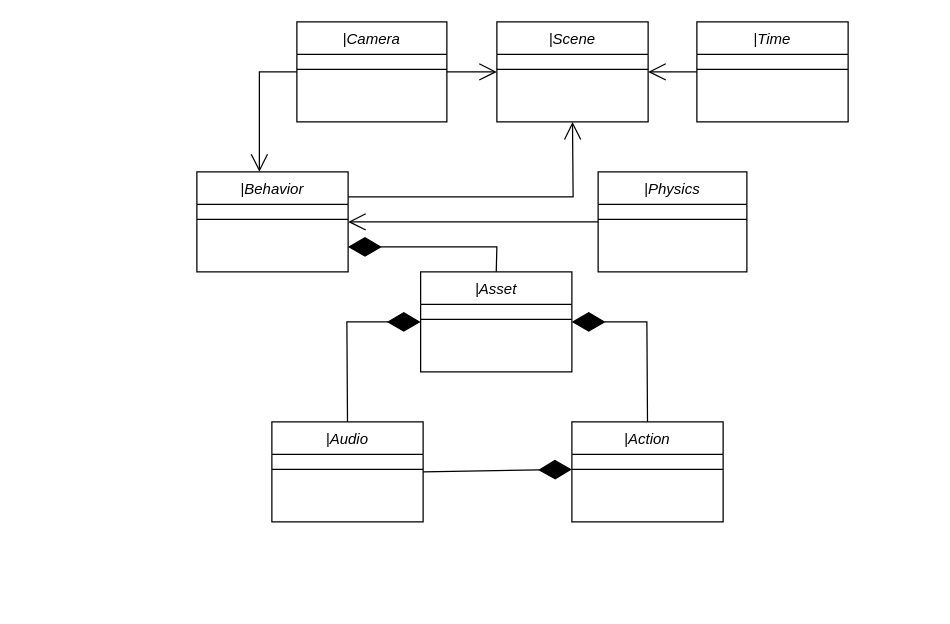
Earlier version of the draw.io diagram main.drawio (sai11101989/vrsemantics). Source tidied: cells renumbered, new cells numbered last; positions are measured from the earlier drawing's top-left corner, leaving out a move shared by most shapes. Both pictures are drawn from the tidied source at 125%, with x=0, y=0 at pixel (196, 21).
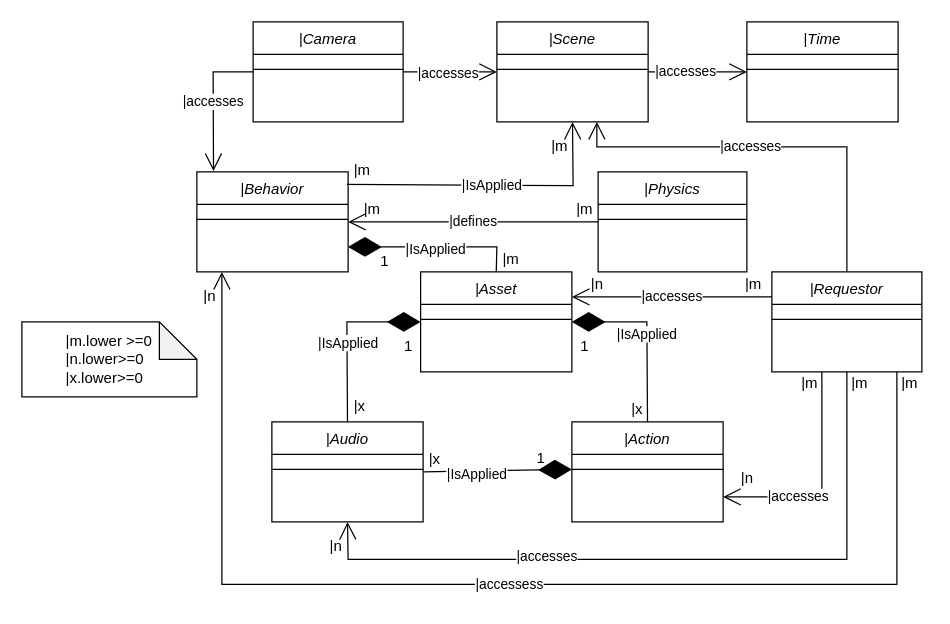
Above is the later version.

Unchanged cells that the change refers to:
```xml
<mxCell id="2" value="|Asset" style="swimlane;fontStyle=2;align=center;verticalAlign=top;horizontal=1;startSize=26;rounded=0;shadow=0;strokeWidth=1;" parent="1" vertex="1">
  <mxGeometry x="179" y="200" width="121" height="80" as="geometry" />
</mxCell>
<mxCell id="4" value="|Action" style="swimlane;fontStyle=2;align=center;verticalAlign=top;horizontal=1;startSize=26;rounded=0;shadow=0;strokeWidth=1;" parent="1" vertex="1">
  <mxGeometry x="300" y="320" width="121" height="80" as="geometry" />
</mxCell>
<mxCell id="6" value="|Audio" style="swimlane;fontStyle=2;align=center;verticalAlign=top;horizontal=1;startSize=26;rounded=0;shadow=0;strokeWidth=1;" parent="1" vertex="1">
  <mxGeometry x="60" y="320" width="121" height="80" as="geometry" />
</mxCell>
<mxCell id="8" value="|Scene" style="swimlane;fontStyle=2;align=center;verticalAlign=top;horizontal=1;startSize=26;rounded=0;shadow=0;strokeWidth=1;" parent="1" vertex="1">
  <mxGeometry x="240" width="121" height="80" as="geometry" />
</mxCell>
<mxCell id="12" value="|Behavior" style="swimlane;fontStyle=2;align=center;verticalAlign=top;horizontal=1;startSize=26;rounded=0;shadow=0;strokeWidth=1;" parent="1" vertex="1">
  <mxGeometry y="120" width="121" height="80" as="geometry" />
</mxCell>
<mxCell id="14" value="|Physics" style="swimlane;fontStyle=2;align=center;verticalAlign=top;horizontal=1;startSize=26;rounded=0;shadow=0;strokeWidth=1;" parent="1" vertex="1">
  <mxGeometry x="321" y="120" width="119" height="80" as="geometry" />
</mxCell>
<mxCell id="18" style="endArrow=diamondThin;endFill=1;endSize=24;html=1;rounded=0;exitX=0.5;exitY=0;exitDx=0;exitDy=0;entryX=0;entryY=0.5;entryDx=0;entryDy=0;" parent="1" edge="1" source="6" target="2">
  <mxGeometry relative="1" as="geometry">
    <Array as="points">
      <mxPoint x="120" y="240" />
    </Array>
  </mxGeometry>
</mxCell>
<mxCell id="19" style="endArrow=diamondThin;endFill=1;endSize=24;html=1;rounded=0;exitX=1;exitY=0.5;exitDx=0;exitDy=0;" parent="1" edge="1" source="6">
  <mxGeometry relative="1" as="geometry">
    <mxPoint x="300" y="358" as="targetPoint" />
  </mxGeometry>
</mxCell>
<mxCell id="22" style="endArrow=diamondThin;endFill=1;endSize=24;html=1;rounded=0;exitX=0.5;exitY=0;exitDx=0;exitDy=0;entryX=1;entryY=0.75;entryDx=0;entryDy=0;" parent="1" edge="1" source="2" target="12">
  <mxGeometry relative="1" as="geometry">
    <Array as="points">
      <mxPoint x="240" y="180" />
    </Array>
  </mxGeometry>
</mxCell>
<mxCell id="25" style="endArrow=open;endFill=1;endSize=12;html=1;rounded=0;exitX=1;exitY=0.5;exitDx=0;exitDy=0;entryX=0;entryY=0.5;entryDx=0;entryDy=0;" parent="1" edge="1" source="16" target="8">
  <mxGeometry relative="1" as="geometry" />
</mxCell>
```

The edit, as a diff of the source:
```diff
@@
     <mxCell id="10" value="|Time" style="swimlane;fontStyle=2;align=center;verticalAlign=top;horizontal=1;startSize=26;rounded=0;shadow=0;strokeWidth=1;" parent="1" vertex="1">
-      <mxGeometry x="400" width="121" height="80" as="geometry" />
+      <mxGeometry x="440" width="121" height="80" as="geometry" />
     </mxCell>
@@
     <mxCell id="16" value="|Camera" style="swimlane;fontStyle=2;align=center;verticalAlign=top;horizontal=1;startSize=26;rounded=0;shadow=0;strokeWidth=1;" parent="1" vertex="1">
-      <mxGeometry x="80" width="120" height="80" as="geometry" />
+      <mxGeometry x="45" width="120" height="80" as="geometry" />
     </mxCell>
@@
+    <mxCell id="27" value="|IsApplied" style="edgeLabel;html=1;align=center;verticalAlign=middle;" parent="18" vertex="1">
+      <mxGeometry x="-0.08" relative="1" as="geometry" />
+    </mxCell>
@@
+    <mxCell id="28" value="|IsApplied" style="edgeLabel;html=1;align=center;verticalAlign=middle;" parent="19" vertex="1">
+      <mxGeometry x="-0.3" y="-2" relative="1" as="geometry" />
+    </mxCell>
-    <mxCell id="20" style="endArrow=diamondThin;endFill=1;endSize=24;html=1;rounded=0;exitX=0.5;exitY=0;exitDx=0;exitDy=0;entryX=1;entryY=0.5;entryDx=0;entryDy=0;" parent="1" edge="1" source="4" target="2">
+    <mxCell id="20" value="|IsApplied" style="endArrow=diamondThin;endFill=1;endSize=24;html=1;rounded=0;exitX=0.5;exitY=0;exitDx=0;exitDy=0;entryX=1;entryY=0.5;entryDx=0;entryDy=0;" parent="1" edge="1" source="4" target="2">
       <mxGeometry relative="1" as="geometry">
         <Array as="points">
           <mxPoint x="360" y="240" />
         </Array>
       </mxGeometry>
     </mxCell>
-    <mxCell id="21" style="endArrow=open;endFill=1;endSize=12;html=1;rounded=0;exitX=0;exitY=0.5;exitDx=0;exitDy=0;entryX=1;entryY=0.5;entryDx=0;entryDy=0;" parent="1" edge="1" source="14" target="12">
-      <mxGeometry relative="1" as="geometry" />
-    </mxCell>
@@
+    <mxCell id="29" value="|IsApplied" style="edgeLabel;html=1;align=center;verticalAlign=middle;" parent="22" vertex="1">
+      <mxGeometry y="1" relative="1" as="geometry" />
+    </mxCell>
-    <mxCell id="23" style="endArrow=open;endFill=1;endSize=12;html=1;rounded=0;exitX=0;exitY=0.5;exitDx=0;exitDy=0;" parent="1" edge="1" source="16">
+    <mxCell id="23" value="|accesses" style="endArrow=open;endFill=1;endSize=12;html=1;rounded=0;exitX=0;exitY=0.5;exitDx=0;exitDy=0;entryX=0.11;entryY=-0.008;entryDx=0;entryDy=0;entryPerimeter=0;" parent="1" edge="1" source="16" target="12">
       <mxGeometry relative="1" as="geometry">
-        <mxPoint x="50" y="120" as="targetPoint" />
         <Array as="points">
-          <mxPoint x="50" y="40" />
+          <mxPoint x="13" y="40" />
         </Array>
       </mxGeometry>
     </mxCell>
-    <mxCell id="24" style="endArrow=open;endFill=1;endSize=12;html=1;rounded=0;exitX=1;exitY=0.25;exitDx=0;exitDy=0;entryX=0.5;entryY=1;entryDx=0;entryDy=0;" parent="1" edge="1" source="12" target="8">
+    <mxCell id="24" value="|IsApplied" style="endArrow=open;endFill=1;endSize=12;html=1;rounded=0;entryX=0.5;entryY=1;entryDx=0;entryDy=0;" parent="1" edge="1" target="8">
       <mxGeometry relative="1" as="geometry">
+        <mxPoint x="120" y="130" as="sourcePoint" />
         <Array as="points">
-          <mxPoint x="301" y="140" />
+          <mxPoint x="301" y="131" />
         </Array>
       </mxGeometry>
     </mxCell>
@@
-    <mxCell id="26" style="endArrow=open;endFill=1;endSize=12;html=1;rounded=0;exitX=0;exitY=0.5;exitDx=0;exitDy=0;entryX=1;entryY=0.5;entryDx=0;entryDy=0;" parent="1" edge="1" source="10" target="8">
-      <mxGeometry relative="1" as="geometry" />
-    </mxCell>
+    <mxCell id="30" value="|accesses" style="edgeLabel;html=1;align=center;verticalAlign=middle;" parent="25" vertex="1">
+      <mxGeometry x="-0.4" relative="1" as="geometry">
+        <mxPoint x="12" as="offset" />
+      </mxGeometry>
+    </mxCell>
+    <mxCell id="31" value="|Requestor" style="swimlane;fontStyle=2;align=center;verticalAlign=top;horizontal=1;startSize=26;rounded=0;shadow=0;strokeWidth=1;" parent="1" vertex="1">
+      <mxGeometry x="460" y="200" width="120" height="80" as="geometry" />
+    </mxCell>
+    <mxCell id="32" style="line;html=1;strokeWidth=1;align=left;verticalAlign=middle;spacingTop=-1;spacingLeft=3;spacingRight=3;labelPosition=right;" parent="31" vertex="1">
+      <mxGeometry y="26" width="120" height="24" as="geometry" />
+    </mxCell>
+    <mxCell id="33" style="endArrow=open;endFill=1;endSize=12;html=1;rounded=0;exitX=0.5;exitY=0;exitDx=0;exitDy=0;" parent="1" edge="1" source="31">
+      <mxGeometry relative="1" as="geometry">
+        <mxPoint x="320" y="80" as="targetPoint" />
+        <Array as="points">
+          <mxPoint x="520" y="100" />
+          <mxPoint x="320" y="100" />
+        </Array>
+      </mxGeometry>
+    </mxCell>
+    <mxCell id="34" value="|accesses" style="edgeLabel;html=1;align=center;verticalAlign=middle;" parent="33" vertex="1">
+      <mxGeometry x="0.11" y="-1" relative="1" as="geometry" />
+    </mxCell>
+    <mxCell id="35" value="|accesses" style="endArrow=open;endFill=1;endSize=12;html=1;rounded=0;exitX=0;exitY=0.25;exitDx=0;exitDy=0;entryX=1;entryY=0.25;entryDx=0;entryDy=0;" parent="1" edge="1" source="31" target="2">
+      <mxGeometry relative="1" as="geometry" />
+    </mxCell>
+    <mxCell id="36" style="endArrow=open;endFill=1;endSize=12;html=1;rounded=0;entryX=1;entryY=0.75;entryDx=0;entryDy=0;" parent="1" edge="1" target="4">
+      <mxGeometry relative="1" as="geometry">
+        <mxPoint x="500" y="280" as="sourcePoint" />
+        <Array as="points">
+          <mxPoint x="500" y="380" />
+        </Array>
+      </mxGeometry>
+    </mxCell>
+    <mxCell id="37" value="|accesses" style="edgeLabel;html=1;align=center;verticalAlign=middle;" parent="36" vertex="1">
+      <mxGeometry x="0.34" y="-1" relative="1" as="geometry" />
+    </mxCell>
+    <mxCell id="38" style="endArrow=open;endFill=1;endSize=12;html=1;rounded=0;exitX=0.5;exitY=1;exitDx=0;exitDy=0;entryX=0.5;entryY=1;entryDx=0;entryDy=0;" parent="1" edge="1" source="31" target="6">
+      <mxGeometry relative="1" as="geometry">
+        <Array as="points">
+          <mxPoint x="520" y="430" />
+          <mxPoint x="121" y="430" />
+        </Array>
+      </mxGeometry>
+    </mxCell>
+    <mxCell id="39" value="|accesses" style="edgeLabel;html=1;align=center;verticalAlign=middle;" parent="38" vertex="1">
+      <mxGeometry x="0.35" y="-3" relative="1" as="geometry" />
+    </mxCell>
+    <mxCell id="40" value="|accessess" style="endArrow=open;endFill=1;endSize=12;html=1;rounded=0;" parent="1" edge="1">
+      <mxGeometry relative="1" as="geometry">
+        <mxPoint x="560" y="280" as="sourcePoint" />
+        <mxPoint x="20" y="200" as="targetPoint" />
+        <Array as="points">
+          <mxPoint x="560" y="450" />
+          <mxPoint x="20" y="450" />
+        </Array>
+      </mxGeometry>
+    </mxCell>
+    <mxCell id="41" value="|x" style="text;html=1;align=center;verticalAlign=middle;strokeColor=none;fillColor=none;" parent="1" vertex="1">
+      <mxGeometry x="342" y="300" width="20" height="20" as="geometry" />
+    </mxCell>
+    <mxCell id="42" value="1" style="text;html=1;align=center;verticalAlign=middle;strokeColor=none;fillColor=none;" parent="1" vertex="1">
+      <mxGeometry x="300" y="250" width="20" height="20" as="geometry" />
+    </mxCell>
+    <mxCell id="43" value="|x" style="text;html=1;align=center;verticalAlign=middle;strokeColor=none;fillColor=none;" parent="1" vertex="1">
+      <mxGeometry x="180" y="340" width="20" height="20" as="geometry" />
+    </mxCell>
+    <mxCell id="44" value="1" style="text;html=1;align=center;verticalAlign=middle;strokeColor=none;fillColor=none;" parent="1" vertex="1">
+      <mxGeometry x="265" y="339" width="20" height="20" as="geometry" />
+    </mxCell>
+    <mxCell id="45" value="|x" style="text;html=1;align=center;verticalAlign=middle;strokeColor=none;fillColor=none;" parent="1" vertex="1">
+      <mxGeometry x="120" y="298" width="20" height="20" as="geometry" />
+    </mxCell>
+    <mxCell id="46" value="1" style="text;html=1;align=center;verticalAlign=middle;strokeColor=none;fillColor=none;" parent="1" vertex="1">
+      <mxGeometry x="159" y="250" width="20" height="20" as="geometry" />
+    </mxCell>
+    <mxCell id="47" value="|m" style="text;html=1;align=center;verticalAlign=middle;strokeColor=none;fillColor=none;" parent="1" vertex="1">
+      <mxGeometry x="236" y="180" width="30" height="20" as="geometry" />
+    </mxCell>
+    <mxCell id="48" value="1" style="text;html=1;align=center;verticalAlign=middle;strokeColor=none;fillColor=none;" parent="1" vertex="1">
+      <mxGeometry x="140" y="182" width="20" height="20" as="geometry" />
+    </mxCell>
+    <mxCell id="49" value="|m" style="text;html=1;align=center;verticalAlign=middle;strokeColor=none;fillColor=none;" parent="1" vertex="1">
+      <mxGeometry x="275" y="90" width="30" height="20" as="geometry" />
+    </mxCell>
+    <mxCell id="50" value="&lt;div style=&quot;text-align: left&quot;&gt;&lt;span&gt;|m.lower &amp;gt;=0&lt;/span&gt;&lt;/div&gt;&lt;div style=&quot;text-align: left&quot;&gt;&lt;span&gt;|n.lower&amp;gt;=0&lt;/span&gt;&lt;/div&gt;&lt;div style=&quot;text-align: left&quot;&gt;&lt;span&gt;|x.lower&amp;gt;=0&lt;/span&gt;&lt;/div&gt;" style="shape=note;whiteSpace=wrap;html=1;backgroundOutline=1;darkOpacity=0.05;" parent="1" vertex="1">
+      <mxGeometry x="-140" y="240" width="140" height="60" as="geometry" />
+    </mxCell>
+    <mxCell id="21" value="|defines" style="endArrow=open;endFill=1;endSize=12;html=1;rounded=0;exitX=0;exitY=0.5;exitDx=0;exitDy=0;entryX=1;entryY=0.5;entryDx=0;entryDy=0;" parent="1" edge="1" source="14" target="12">
+      <mxGeometry relative="1" as="geometry" />
+    </mxCell>
+    <mxCell id="51" style="endArrow=open;endFill=1;endSize=12;html=1;rounded=0;exitX=1;exitY=0.5;exitDx=0;exitDy=0;entryX=0;entryY=0.5;entryDx=0;entryDy=0;" parent="1" edge="1" source="8" target="10">
+      <mxGeometry relative="1" as="geometry" />
+    </mxCell>
+    <mxCell id="52" value="|accesses" style="edgeLabel;html=1;align=center;verticalAlign=middle;" parent="51" vertex="1">
+      <mxGeometry x="-0.27" y="1" relative="1" as="geometry" />
+    </mxCell>
+    <mxCell id="53" value="|m" style="text;html=1;align=center;verticalAlign=middle;strokeColor=none;fillColor=none;" parent="1" vertex="1">
+      <mxGeometry x="475" y="279" width="30" height="20" as="geometry" />
+    </mxCell>
+    <mxCell id="54" value="|m" style="text;html=1;align=center;verticalAlign=middle;strokeColor=none;fillColor=none;" parent="1" vertex="1">
+      <mxGeometry x="555" y="279" width="30" height="20" as="geometry" />
+    </mxCell>
+    <mxCell id="55" value="|m" style="text;html=1;align=center;verticalAlign=middle;strokeColor=none;fillColor=none;" parent="1" vertex="1">
+      <mxGeometry x="515" y="279" width="30" height="20" as="geometry" />
+    </mxCell>
+    <mxCell id="56" value="|n" style="text;html=1;align=center;verticalAlign=middle;strokeColor=none;fillColor=none;" parent="1" vertex="1">
+      <mxGeometry x="425" y="355" width="30" height="20" as="geometry" />
+    </mxCell>
+    <mxCell id="57" value="|n" style="text;html=1;align=center;verticalAlign=middle;strokeColor=none;fillColor=none;" parent="1" vertex="1">
+      <mxGeometry x="96" y="410" width="30" height="20" as="geometry" />
+    </mxCell>
+    <mxCell id="58" value="|m" style="text;html=1;align=center;verticalAlign=middle;strokeColor=none;fillColor=none;" parent="1" vertex="1">
+      <mxGeometry x="117" y="109" width="30" height="20" as="geometry" />
+    </mxCell>
+    <mxCell id="59" value="|n" style="text;html=1;align=center;verticalAlign=middle;strokeColor=none;fillColor=none;" parent="1" vertex="1">
+      <mxGeometry x="-5" y="210" width="30" height="20" as="geometry" />
+    </mxCell>
+    <mxCell id="60" value="|m" style="text;html=1;align=center;verticalAlign=middle;strokeColor=none;fillColor=none;" parent="1" vertex="1">
+      <mxGeometry x="295" y="140" width="30" height="20" as="geometry" />
+    </mxCell>
+    <mxCell id="61" value="|m" style="text;html=1;align=center;verticalAlign=middle;strokeColor=none;fillColor=none;" parent="1" vertex="1">
+      <mxGeometry x="125" y="140" width="30" height="20" as="geometry" />
+    </mxCell>
+    <mxCell id="62" value="|m" style="text;html=1;align=center;verticalAlign=middle;strokeColor=none;fillColor=none;" parent="1" vertex="1">
+      <mxGeometry x="430" y="200" width="30" height="20" as="geometry" />
+    </mxCell>
+    <mxCell id="63" value="|n" style="text;html=1;align=center;verticalAlign=middle;strokeColor=none;fillColor=none;" parent="1" vertex="1">
+      <mxGeometry x="305" y="200" width="30" height="20" as="geometry" />
+    </mxCell>
```
